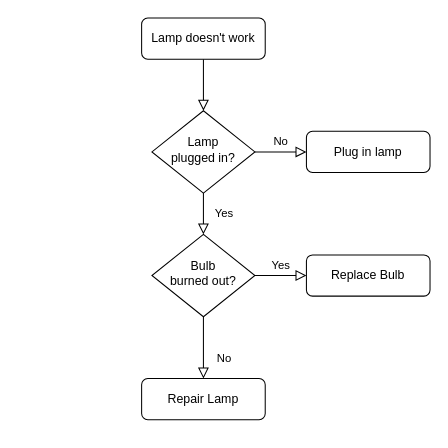
Above: Untitled Diagram.drawio in hannahirenejohnson/flowcharts (draw.io), before the change. Source tidied: cells renumbered, new cells numbered last; positions are measured from the earlier drawing's top-left corner, leaving out a move shared by most shapes. Both pictures are drawn from the tidied source at 103%, with x=0, y=0 at pixel (141, 18).
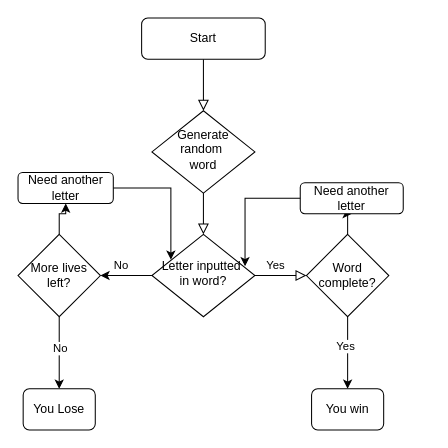
Above is the later version.

Commit message:
Hangman flowchart

Change to the diagram source:
```diff
@@
-    <mxCell id="3" value="Lamp doesn't work" style="rounded=1;whiteSpace=wrap;html=1;fontSize=12;glass=0;strokeWidth=1;shadow=0;" parent="1" vertex="1">
+    <mxCell id="3" value="Start" style="rounded=1;whiteSpace=wrap;html=1;fontSize=12;glass=0;strokeWidth=1;shadow=0;" parent="1" vertex="1">
       <mxGeometry width="120" height="40" as="geometry" />
     </mxCell>
-    <mxCell id="4" value="Yes" style="rounded=0;html=1;jettySize=auto;fontSize=11;endArrow=block;endFill=0;endSize=8;strokeWidth=1;shadow=0;labelBackgroundColor=none;edgeStyle=orthogonalEdgeStyle;" parent="1" edge="1" source="6" target="10">
-      <mxGeometry y="20" relative="1" as="geometry" />
+    <mxCell id="4" style="rounded=0;html=1;jettySize=auto;fontSize=11;endArrow=block;endFill=0;endSize=8;strokeWidth=1;shadow=0;labelBackgroundColor=none;edgeStyle=orthogonalEdgeStyle;" parent="1" edge="1" source="6" target="10">
+      <mxGeometry x="0.5" y="120" relative="1" as="geometry" />
     </mxCell>
-    <mxCell id="5" value="No" style="edgeStyle=orthogonalEdgeStyle;rounded=0;html=1;jettySize=auto;fontSize=11;endArrow=block;endFill=0;endSize=8;strokeWidth=1;shadow=0;labelBackgroundColor=none;" parent="1" edge="1" source="6" target="7">
-      <mxGeometry y="10" relative="1" as="geometry" />
-    </mxCell>
-    <mxCell id="6" value="Lamp&lt;br&gt;plugged in?" style="rhombus;whiteSpace=wrap;html=1;shadow=0;fontFamily=Helvetica;fontSize=12;align=center;strokeWidth=1;spacing=6;spacingTop=-4;" parent="1" vertex="1">
+    <mxCell id="6" value="Generate random&amp;nbsp;&lt;div&gt;word&lt;/div&gt;" style="rhombus;whiteSpace=wrap;html=1;shadow=0;fontFamily=Helvetica;fontSize=12;align=center;strokeWidth=1;spacing=6;spacingTop=-4;" parent="1" vertex="1">
       <mxGeometry x="10" y="90" width="100" height="80" as="geometry" />
     </mxCell>
-    <mxCell id="7" value="Plug in lamp" style="rounded=1;whiteSpace=wrap;html=1;fontSize=12;glass=0;strokeWidth=1;shadow=0;" parent="1" vertex="1">
-      <mxGeometry x="160" y="110" width="120" height="40" as="geometry" />
-    </mxCell>
-    <mxCell id="8" value="No" style="rounded=0;html=1;jettySize=auto;fontSize=11;endArrow=block;endFill=0;endSize=8;strokeWidth=1;shadow=0;labelBackgroundColor=none;edgeStyle=orthogonalEdgeStyle;" parent="1" edge="1" source="10" target="11">
-      <mxGeometry x="0.33" y="20" relative="1" as="geometry" />
-    </mxCell>
-    <mxCell id="9" value="Yes" style="edgeStyle=orthogonalEdgeStyle;rounded=0;html=1;jettySize=auto;fontSize=11;endArrow=block;endFill=0;endSize=8;strokeWidth=1;shadow=0;labelBackgroundColor=none;" parent="1" edge="1" source="10" target="12">
-      <mxGeometry y="10" relative="1" as="geometry" />
+    <mxCell id="9" value="Yes" style="edgeStyle=orthogonalEdgeStyle;rounded=0;html=1;jettySize=auto;fontSize=11;endArrow=block;endFill=0;endSize=8;strokeWidth=1;shadow=0;labelBackgroundColor=none;" parent="1" edge="1" source="10">
+      <mxGeometry x="-0.21" y="10" relative="1" as="geometry">
+        <mxPoint x="160" y="250" as="targetPoint" />
+      </mxGeometry>
     </mxCell>
+    <mxCell id="13" value="No" style="edgeStyle=orthogonalEdgeStyle;rounded=0;jettySize=auto;html=1;" parent="1" edge="1" source="10" target="22">
+      <mxGeometry x="0.2" y="-10" relative="1" as="geometry" />
+    </mxCell>
-    <mxCell id="10" value="Bulb&lt;br&gt;burned out?" style="rhombus;whiteSpace=wrap;html=1;shadow=0;fontFamily=Helvetica;fontSize=12;align=center;strokeWidth=1;spacing=6;spacingTop=-4;" parent="1" vertex="1">
+    <mxCell id="10" value="Letter inputted&amp;nbsp;&lt;div&gt;in word?&lt;/div&gt;" style="rhombus;whiteSpace=wrap;html=1;shadow=0;fontFamily=Helvetica;fontSize=12;align=center;strokeWidth=1;spacing=6;spacingTop=-4;" parent="1" vertex="1">
       <mxGeometry x="10" y="210" width="100" height="80" as="geometry" />
     </mxCell>
-    <mxCell id="11" value="Repair Lamp" style="rounded=1;whiteSpace=wrap;html=1;fontSize=12;glass=0;strokeWidth=1;shadow=0;" parent="1" vertex="1">
-      <mxGeometry y="350" width="120" height="40" as="geometry" />
-    </mxCell>
-    <mxCell id="12" value="Replace Bulb" style="rounded=1;whiteSpace=wrap;html=1;fontSize=12;glass=0;strokeWidth=1;shadow=0;" parent="1" vertex="1">
-      <mxGeometry x="160" y="230" width="120" height="40" as="geometry" />
-    </mxCell>
+    <mxCell id="14" style="edgeStyle=orthogonalEdgeStyle;rounded=0;jettySize=auto;html=1;" parent="1" edge="1" source="17" target="18">
+      <mxGeometry relative="1" as="geometry" />
+    </mxCell>
+    <mxCell id="15" value="Yes" style="edgeLabel;html=1;align=center;verticalAlign=middle;" parent="14" vertex="1">
+      <mxGeometry x="-0.2" y="-3" relative="1" as="geometry" />
+    </mxCell>
+    <mxCell id="16" style="edgeStyle=orthogonalEdgeStyle;rounded=0;jettySize=auto;html=1;" parent="1" edge="1" source="17" target="24">
+      <mxGeometry relative="1" as="geometry" />
+    </mxCell>
+    <mxCell id="17" value="Word complete?" style="rhombus;whiteSpace=wrap;html=1;" parent="1" vertex="1">
+      <mxGeometry x="160" y="210" width="80" height="80" as="geometry" />
+    </mxCell>
+    <mxCell id="18" value="You win" style="rounded=1;whiteSpace=wrap;html=1;" parent="1" vertex="1">
+      <mxGeometry x="165" y="360" width="70" height="40" as="geometry" />
+    </mxCell>
+    <mxCell id="19" style="edgeStyle=orthogonalEdgeStyle;rounded=0;jettySize=auto;html=1;" parent="1" edge="1" source="22" target="23">
+      <mxGeometry relative="1" as="geometry" />
+    </mxCell>
+    <mxCell id="20" value="No" style="edgeLabel;html=1;align=center;verticalAlign=middle;" parent="19" vertex="1">
+      <mxGeometry x="-0.51" y="2" relative="1" as="geometry">
+        <mxPoint x="-2" y="13" as="offset" />
+      </mxGeometry>
+    </mxCell>
+    <mxCell id="21" style="edgeStyle=orthogonalEdgeStyle;rounded=0;jettySize=auto;html=1;" parent="1" edge="1" source="22" target="25">
+      <mxGeometry relative="1" as="geometry" />
+    </mxCell>
+    <mxCell id="22" value="More lives left?" style="rhombus;whiteSpace=wrap;html=1;" parent="1" vertex="1">
+      <mxGeometry x="-120" y="210" width="80" height="80" as="geometry" />
+    </mxCell>
+    <mxCell id="23" value="You Lose" style="rounded=1;whiteSpace=wrap;html=1;" parent="1" vertex="1">
+      <mxGeometry x="-115" y="360" width="70" height="40" as="geometry" />
+    </mxCell>
+    <mxCell id="24" value="Need another letter" style="rounded=1;whiteSpace=wrap;html=1;" parent="1" vertex="1">
+      <mxGeometry x="154" y="160" width="100" height="30" as="geometry" />
+    </mxCell>
+    <mxCell id="25" value="Need another letter" style="rounded=1;whiteSpace=wrap;html=1;" parent="1" vertex="1">
+      <mxGeometry x="-120" y="150" width="92.5" height="30" as="geometry" />
+    </mxCell>
+    <mxCell id="26" style="edgeStyle=orthogonalEdgeStyle;rounded=0;jettySize=auto;html=1;entryX=0.184;entryY=0.308;entryDx=0;entryDy=0;entryPerimeter=0;" parent="1" edge="1" source="25" target="10">
+      <mxGeometry relative="1" as="geometry" />
+    </mxCell>
+    <mxCell id="27" style="edgeStyle=orthogonalEdgeStyle;rounded=0;jettySize=auto;html=1;entryX=0.904;entryY=0.388;entryDx=0;entryDy=0;entryPerimeter=0;" parent="1" edge="1" source="24" target="10">
+      <mxGeometry relative="1" as="geometry" />
+    </mxCell>
```
